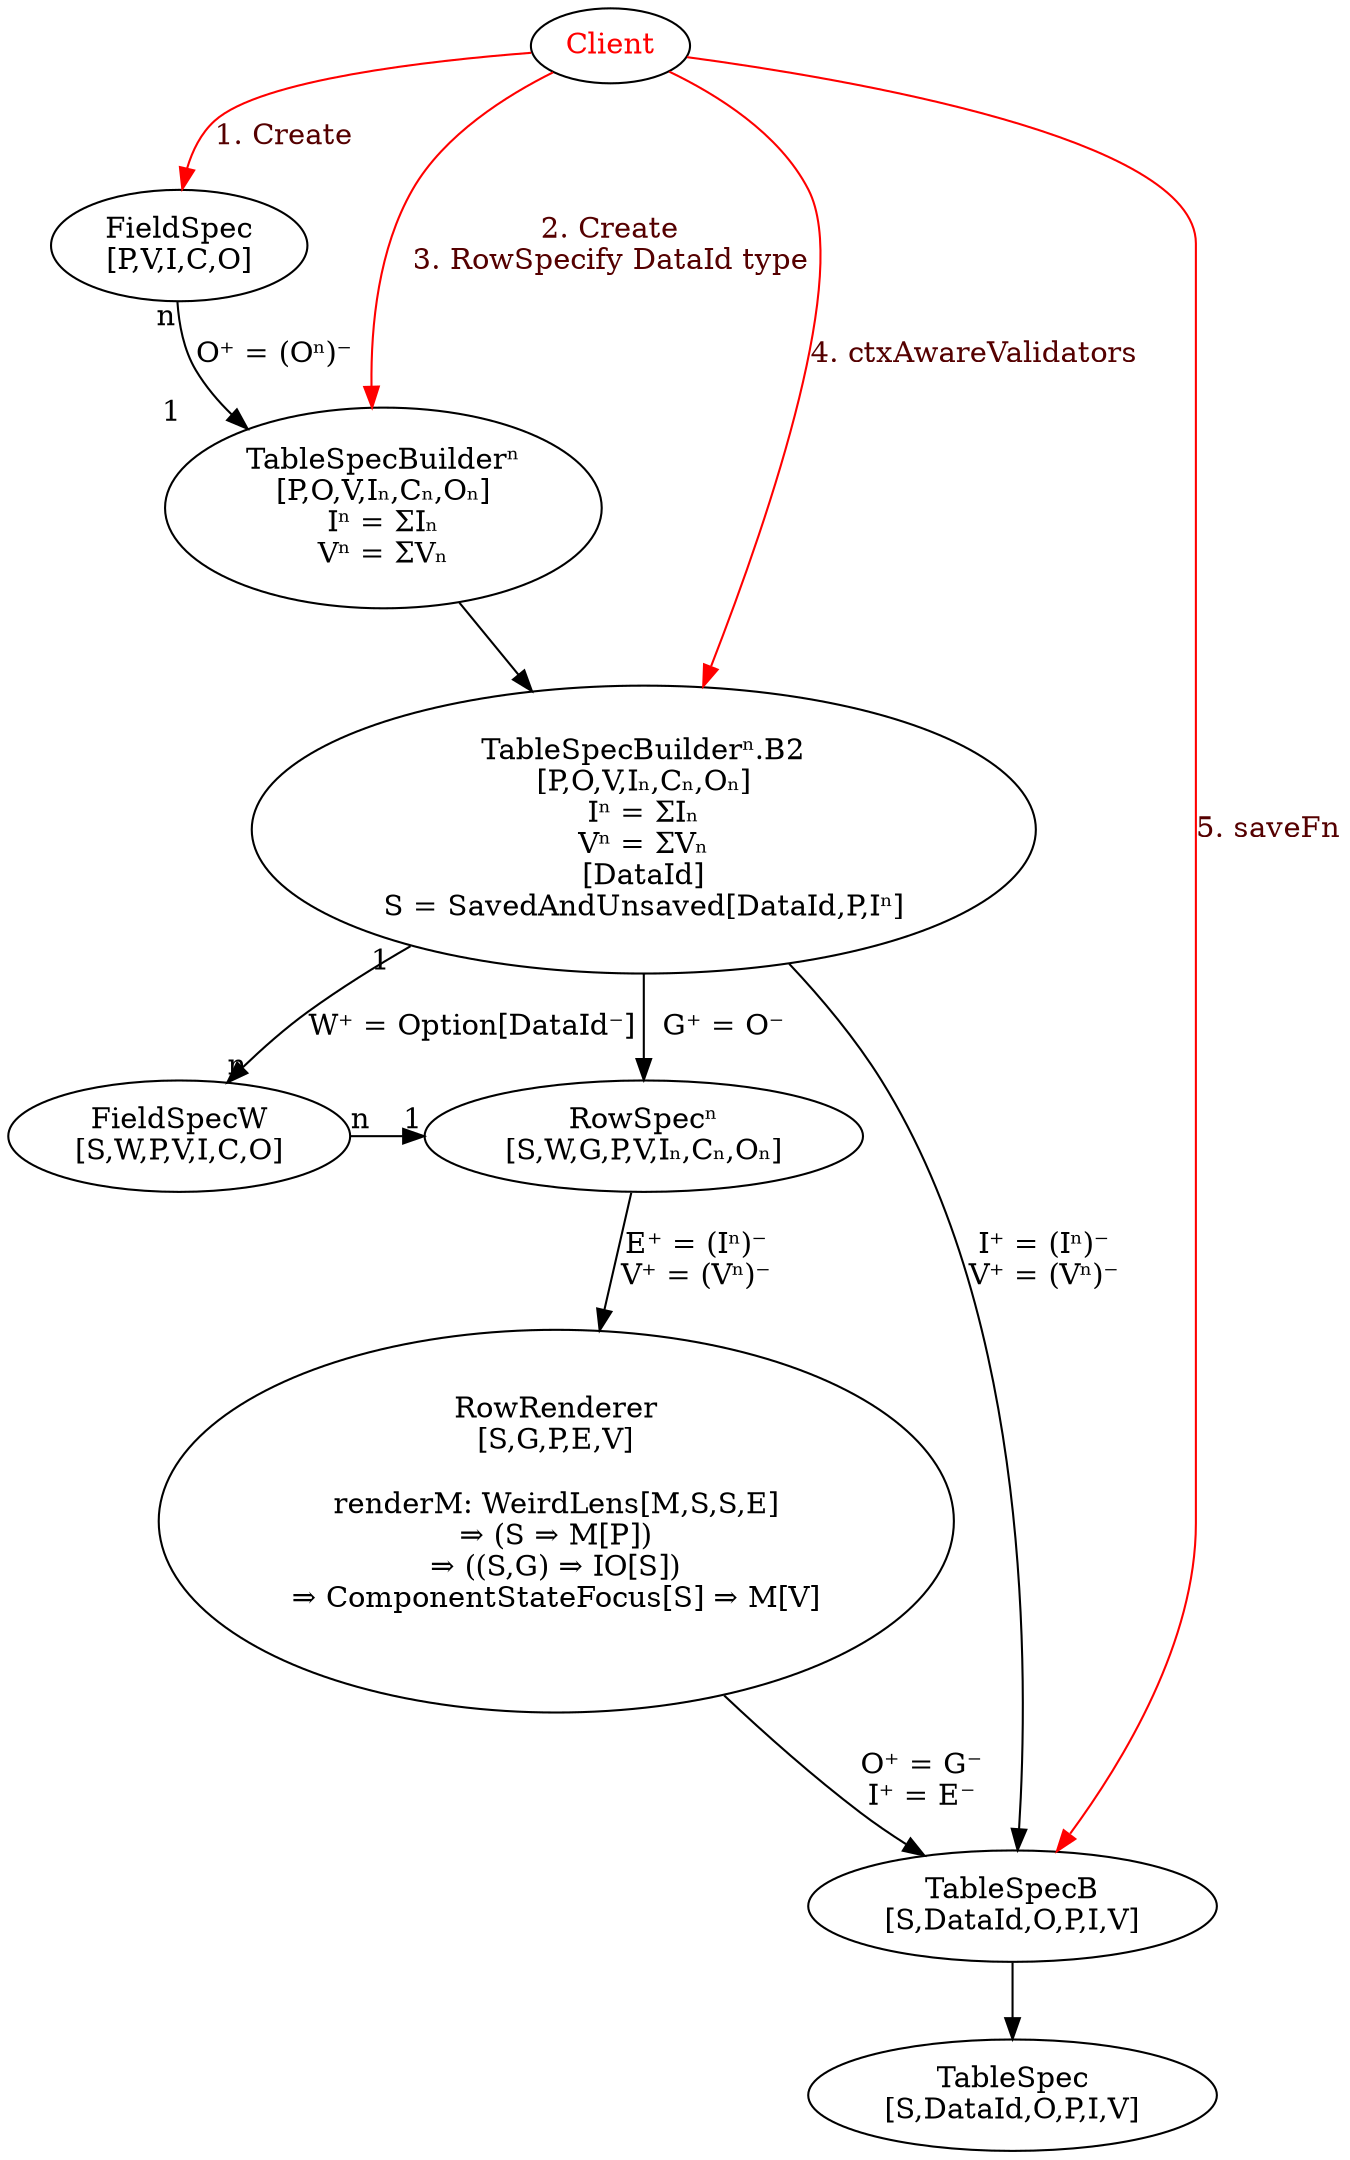
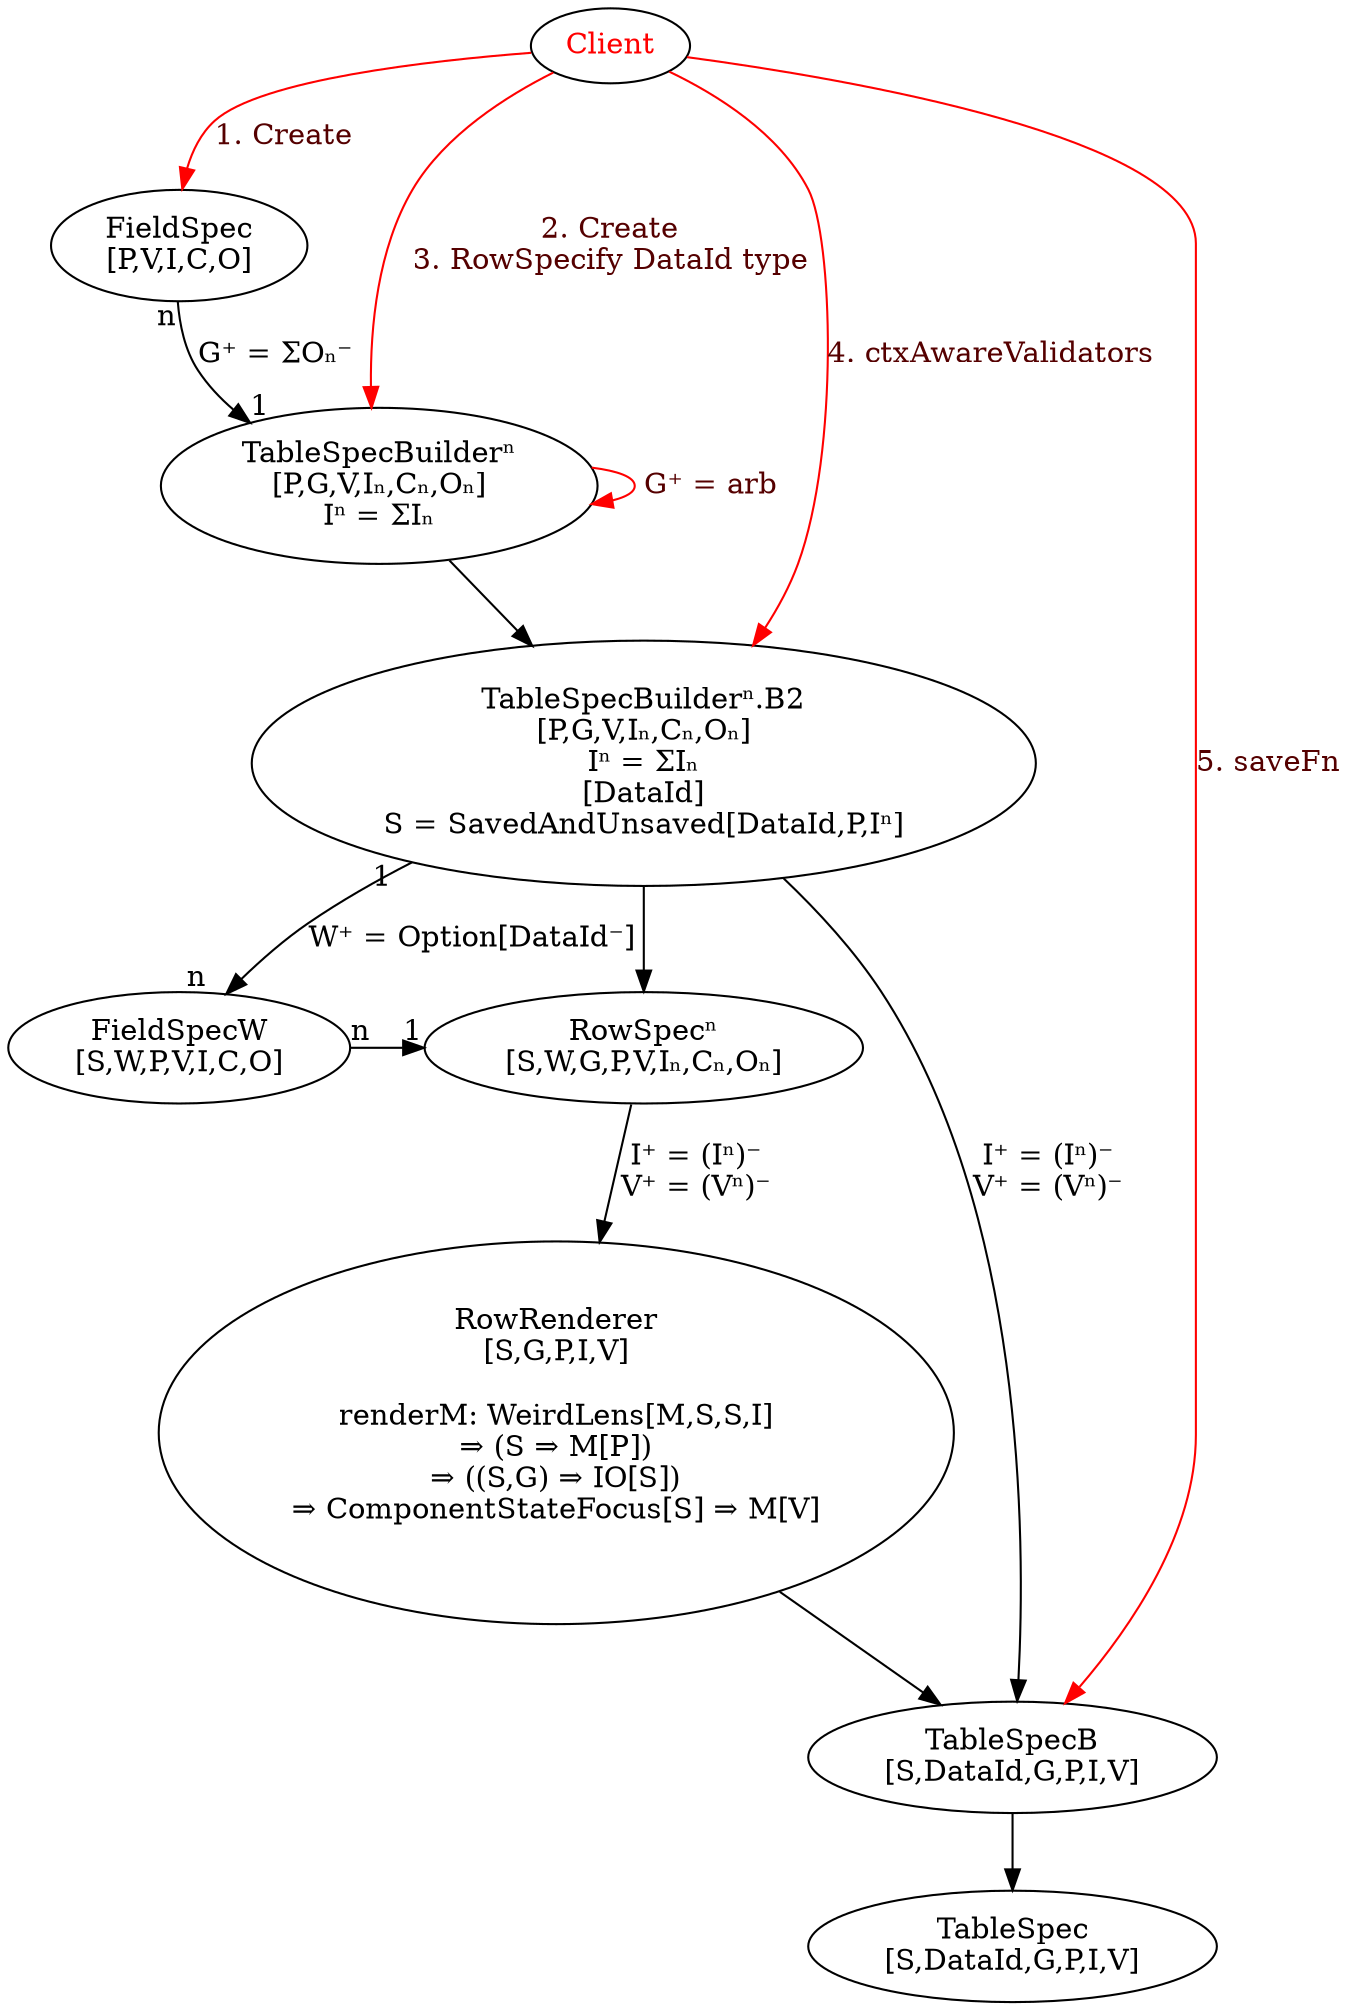
digraph D {

- FieldSpec -> TableSpecBuilder [label="O⁺ = (Oⁿ)⁻" taillabel="n" headlabel="1       "]
+ FieldSpec -> TableSpecBuilder [label="G⁺ = ΣOₙ⁻" taillabel="n" headlabel="1       "]
TableSpecBuilder -> TableSpecBuilder_B2
TableSpecBuilder_B2 -> FieldSpecW [label="W⁺ = Option[DataId⁻]" taillabel="1  " headlabel="n  "]
- TableSpecBuilder_B2 -> RowSpec [label="  G⁺ = O⁻"]
+ TableSpecBuilder_B2 -> RowSpec
TableSpecBuilder_B2 -> TableSpecB [label="I⁺ = (Iⁿ)⁻\nV⁺ = (Vⁿ)⁻"]
FieldSpecW -> RowSpec [constraint=false taillabel="n" headlabel="1"]
TableSpecB -> TableSpec
- RowSpec -> RowRenderer [label="E⁺ = (Iⁿ)⁻\nV⁺ = (Vⁿ)⁻"]
- RowRenderer -> TableSpecB [label="O⁺ = G⁻\nI⁺ = E⁻"]
+ RowSpec -> RowRenderer [label="I⁺ = (Iⁿ)⁻\nV⁺ = (Vⁿ)⁻"]
+ RowRenderer -> TableSpecB

RowSpec [label="RowSpecⁿ\n[S,W,G,P,V,Iₙ,Cₙ,Oₙ]"]
FieldSpec [label="FieldSpec\n[P,V,I,C,O]"]
FieldSpecW [label="FieldSpecW\n[S,W,P,V,I,C,O]"]
- TableSpecBuilder [label="TableSpecBuilderⁿ\n[P,O,V,Iₙ,Cₙ,Oₙ]\nIⁿ = ΣIₙ\nVⁿ = ΣVₙ"]
- TableSpecBuilder_B2 [label="TableSpecBuilderⁿ.B2\n[P,O,V,Iₙ,Cₙ,Oₙ]\nIⁿ = ΣIₙ\nVⁿ = ΣVₙ\n[DataId]\nS = SavedAndUnsaved[DataId,P,Iⁿ]"]
- TableSpecB [label="TableSpecB\n[S,DataId,O,P,I,V]"]
- TableSpec [label="TableSpec\n[S,DataId,O,P,I,V]"]
- RowRenderer [label="RowRenderer\n[S,G,P,E,V]\n\nrenderM: WeirdLens[M,S,S,E]\n⇒ (S ⇒ M[P])\n⇒ ((S,G) ⇒ IO[S])\n⇒ ComponentStateFocus[S] ⇒ M[V]\n\n"]
+ TableSpecBuilder [label="TableSpecBuilderⁿ\n[P,G,V,Iₙ,Cₙ,Oₙ]\nIⁿ = ΣIₙ"]
+ TableSpecBuilder_B2 [label="TableSpecBuilderⁿ.B2\n[P,G,V,Iₙ,Cₙ,Oₙ]\nIⁿ = ΣIₙ\n[DataId]\nS = SavedAndUnsaved[DataId,P,Iⁿ]"]
+ TableSpecB [label="TableSpecB\n[S,DataId,G,P,I,V]"]
+ TableSpec [label="TableSpec\n[S,DataId,G,P,I,V]"]
+ RowRenderer [label="RowRenderer\n[S,G,P,I,V]\n\nrenderM: WeirdLens[M,S,S,I]\n⇒ (S ⇒ M[P])\n⇒ ((S,G) ⇒ IO[S])\n⇒ ComponentStateFocus[S] ⇒ M[V]\n\n"]

edge [color=red fontcolor="#550000"]
Client [fontcolor=red]
Client -> FieldSpec [label="1. Create"]
Client -> TableSpecBuilder [label="2. Create\n3. RowSpecify DataId type"]
Client -> TableSpecBuilder_B2 [label="4. ctxAwareValidators"]
Client -> TableSpecB [label="5. saveFn"]
+ TableSpecBuilder -> TableSpecBuilder [label=" G⁺ = arb"]

}
